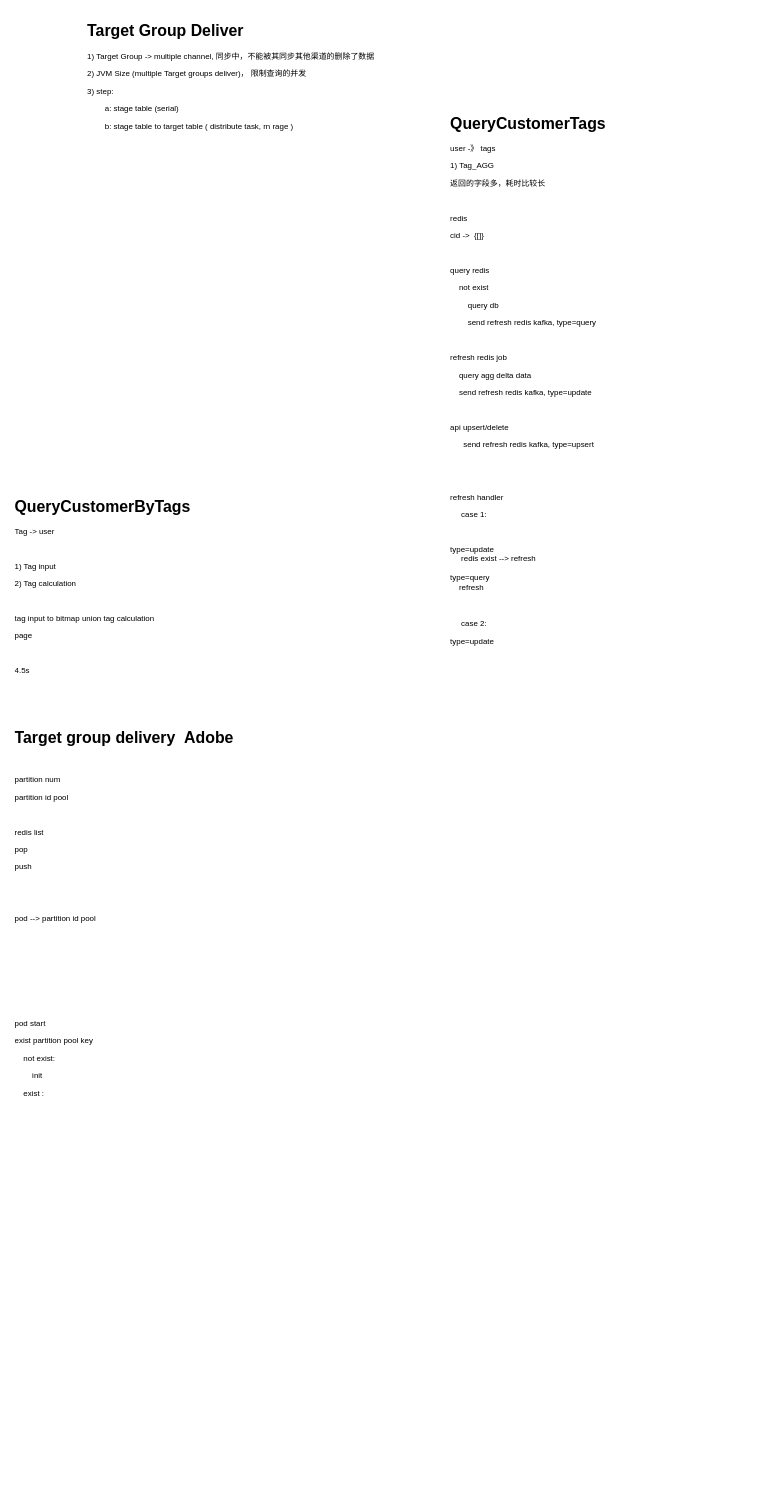
Above: techlab/CDP API performance.drawio in qiufang1314/drawio (draw.io), before the change. Source tidied: cells renumbered, new cells numbered last; positions are measured from the earlier drawing's top-left corner, leaving out a move shared by most shapes. Both pictures are drawn from the tidied source at 66%, with x=0, y=0 at pixel (11, 18).
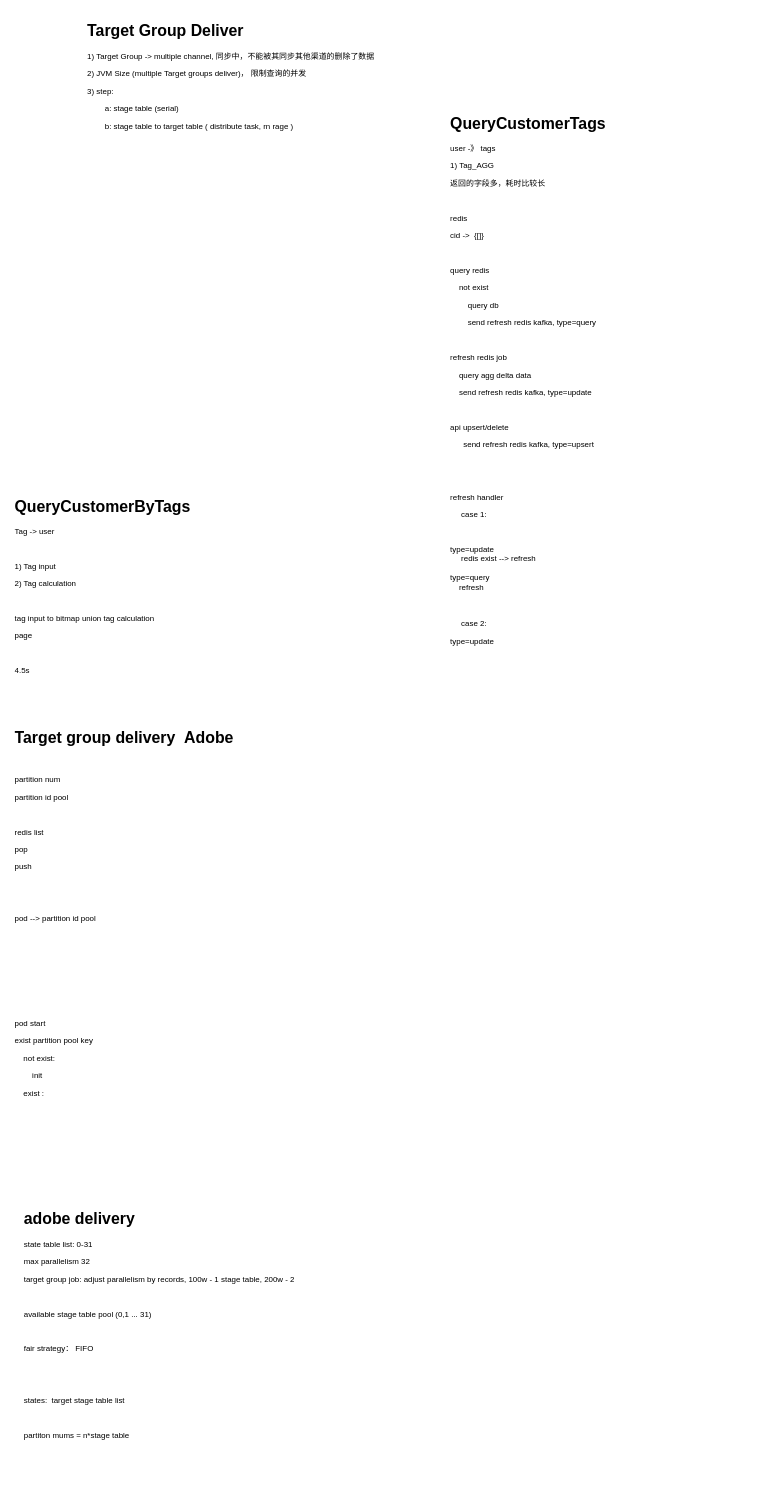
The same diagram, later.

Change to the diagram source:
```diff
@@
 <mxGraphModel>
   <root>
     <mxCell id="0" />
     <mxCell id="1" parent="0" />
     <mxCell id="2" value="&lt;h1&gt;QueryCustomerTags&lt;/h1&gt;&lt;p&gt;user -》 tags&lt;/p&gt;&lt;p&gt;1) Tag_AGG&lt;/p&gt;&lt;p&gt;返回的字段多，耗时比较长&lt;/p&gt;&lt;p&gt;&lt;br&gt;&lt;/p&gt;&lt;p&gt;redis&lt;/p&gt;&lt;p&gt;cid -&amp;gt; &amp;nbsp;{[]}&lt;/p&gt;&lt;p&gt;&lt;br&gt;&lt;/p&gt;&lt;p&gt;query redis&lt;/p&gt;&lt;p&gt;&lt;span style=&quot;&quot;&gt;&lt;span style=&quot;&quot;&gt;&amp;nbsp;&amp;nbsp;&amp;nbsp;&amp;nbsp;&lt;/span&gt;not exist&lt;/span&gt;&lt;br&gt;&lt;/p&gt;&lt;p&gt;&lt;span style=&quot;&quot;&gt;&lt;span style=&quot;&quot;&gt;&lt;span style=&quot;&quot;&gt;&amp;nbsp;&amp;nbsp;&amp;nbsp;&amp;nbsp;&lt;/span&gt;&lt;span style=&quot;&quot;&gt;&lt;span style=&quot;&quot;&gt;&amp;nbsp;&amp;nbsp;&amp;nbsp;&amp;nbsp;&lt;/span&gt;query db&lt;/span&gt;&lt;/span&gt;&lt;br&gt;&lt;/span&gt;&lt;/p&gt;&lt;p&gt;&lt;span style=&quot;&quot;&gt;&lt;span style=&quot;&quot;&gt;&lt;span style=&quot;&quot;&gt;&lt;span style=&quot;&quot;&gt;&lt;span style=&quot;&quot;&gt;&amp;nbsp;&amp;nbsp;&amp;nbsp;&amp;nbsp;&lt;/span&gt;&lt;span style=&quot;&quot;&gt;&lt;span style=&quot;&quot;&gt;&amp;nbsp;&amp;nbsp;&amp;nbsp;&amp;nbsp;&lt;/span&gt;send refresh redis kafka, type=query&lt;/span&gt;&lt;/span&gt;&lt;/span&gt;&lt;/span&gt;&lt;/span&gt;&lt;/p&gt;&lt;p&gt;&lt;br&gt;&lt;/p&gt;&lt;p&gt;refresh redis job&lt;/p&gt;&lt;p&gt;&lt;span style=&quot;&quot;&gt;&lt;span style=&quot;&quot;&gt;&amp;nbsp;&amp;nbsp;&amp;nbsp;&amp;nbsp;&lt;/span&gt;query agg delta data&lt;/span&gt;&lt;br&gt;&lt;/p&gt;&lt;p&gt;&lt;span style=&quot;&quot;&gt;&lt;/span&gt;&lt;span style=&quot;&quot;&gt;&amp;nbsp; &amp;nbsp; send refresh redis kafka, type=update&lt;/span&gt;&lt;/p&gt;&lt;p&gt;&lt;span style=&quot;&quot;&gt;&lt;br&gt;&lt;/span&gt;&lt;/p&gt;&lt;p&gt;api upsert/delete&lt;/p&gt;&lt;p&gt;&amp;nbsp; &amp;nbsp; &amp;nbsp; send refresh redis kafka, type=upsert&lt;br&gt;&lt;/p&gt;&lt;p&gt;&lt;span style=&quot;&quot;&gt;&lt;span style=&quot;&quot;&gt;&lt;br&gt;&lt;/span&gt;&lt;/span&gt;&lt;/p&gt;&lt;p&gt;&lt;span style=&quot;&quot;&gt;&lt;span style=&quot;&quot;&gt;&lt;br&gt;&lt;/span&gt;&lt;/span&gt;&lt;/p&gt;&lt;p&gt;&lt;span style=&quot;&quot;&gt;&lt;span style=&quot;&quot;&gt;refresh handler&lt;/span&gt;&lt;/span&gt;&lt;/p&gt;&lt;p&gt;&lt;span style=&quot;&quot;&gt;&lt;span style=&quot;&quot;&gt;&amp;nbsp; &amp;nbsp; &amp;nbsp;case 1:&lt;/span&gt;&lt;/span&gt;&lt;/p&gt;&lt;p&gt;&lt;span style=&quot;&quot;&gt;&lt;span style=&quot;&quot;&gt;&lt;span style=&quot;&quot;&gt;&lt;span style=&quot;&quot;&gt;&amp;nbsp;&amp;nbsp;&amp;nbsp;&amp;nbsp;&lt;/span&gt;&lt;span style=&quot;&quot;&gt;&lt;span style=&quot;&quot;&gt;&amp;nbsp;&amp;nbsp;&amp;nbsp;&amp;nbsp;&lt;/span&gt;&lt;/span&gt;&lt;/span&gt;&lt;/span&gt;&lt;/span&gt;&lt;/p&gt;type=update&lt;br&gt;&amp;nbsp; &amp;nbsp; &amp;nbsp;redis exist --&amp;gt; refresh&lt;br&gt;&lt;br&gt;type=query&lt;br&gt;&lt;span style=&quot;&quot;&gt;&lt;span style=&quot;&quot;&gt;&amp;nbsp;&amp;nbsp;&amp;nbsp;&amp;nbsp;&lt;/span&gt;refresh&lt;br&gt;&lt;/span&gt;&lt;br&gt;&lt;br&gt;&lt;p&gt;&lt;span style=&quot;&quot;&gt;&lt;span style=&quot;&quot;&gt;&amp;nbsp; &amp;nbsp; &amp;nbsp;case 2: &amp;nbsp; &amp;nbsp;&lt;/span&gt;&lt;br&gt;&lt;/span&gt;&lt;/p&gt;&lt;p&gt;type=update&lt;br&gt;&lt;/p&gt;&lt;p&gt;&lt;br&gt;&lt;/p&gt;&lt;p&gt;&lt;br&gt;&lt;/p&gt;&lt;p&gt;&lt;br&gt;&lt;/p&gt;&lt;p&gt;&lt;br&gt;&lt;/p&gt;" style="text;html=1;strokeColor=none;fillColor=none;spacing=5;spacingTop=-20;whiteSpace=wrap;overflow=hidden;rounded=0;" parent="1" vertex="1">
       <mxGeometry x="660" y="140" width="490" height="840" as="geometry" />
     </mxCell>
     <mxCell id="3" value="&lt;h1&gt;Target Group Deliver&lt;/h1&gt;&lt;p&gt;1) Target Group -&amp;gt; multiple channel, 同步中，不能被其同步其他渠道的删除了数据&lt;/p&gt;&lt;p&gt;2) JVM Size (multiple Target groups deliver)， 限制查询的并发&lt;/p&gt;&lt;p&gt;3) step:&lt;/p&gt;&lt;p&gt;&lt;span style=&quot;white-space: pre;&quot;&gt;&#9;&lt;/span&gt;a: stage table (serial)&lt;/p&gt;&lt;p&gt;&lt;span style=&quot;white-space: pre;&quot;&gt;&#9;b: stage table to target table ( distribute task, rn rage )&lt;/span&gt;&lt;br&gt;&lt;/p&gt;" style="text;html=1;strokeColor=none;fillColor=none;spacing=5;spacingTop=-20;whiteSpace=wrap;overflow=hidden;rounded=0;" parent="1" vertex="1">
       <mxGeometry x="110" width="450" height="220" as="geometry" />
     </mxCell>
     <mxCell id="4" value="&lt;h1&gt;QueryCustomerByTags&lt;/h1&gt;&lt;p&gt;Tag -&amp;gt; user&lt;/p&gt;&lt;p&gt;&lt;br&gt;&lt;/p&gt;&lt;p&gt;1) Tag input&lt;/p&gt;&lt;p&gt;2) Tag calculation&lt;/p&gt;&lt;p&gt;&lt;br&gt;&lt;/p&gt;&lt;p&gt;tag input to bitmap union tag calculation&amp;nbsp;&lt;/p&gt;&lt;p&gt;page&lt;/p&gt;&lt;p&gt;&lt;br&gt;&lt;/p&gt;&lt;p&gt;4.5s&lt;/p&gt;&lt;p&gt;&lt;br&gt;&lt;/p&gt;&lt;p&gt;&lt;br&gt;&lt;/p&gt;&lt;p&gt;&lt;br&gt;&lt;/p&gt;&lt;p&gt;&lt;br&gt;&lt;/p&gt;" style="text;html=1;strokeColor=none;fillColor=none;spacing=5;spacingTop=-20;whiteSpace=wrap;overflow=hidden;rounded=0;" parent="1" vertex="1">
       <mxGeometry y="720" width="440" height="280" as="geometry" />
     </mxCell>
     <mxCell id="5" value="&lt;h1&gt;Target group delivery &amp;nbsp;Adobe&lt;/h1&gt;&lt;p&gt;&lt;br&gt;&lt;/p&gt;&lt;p&gt;partition num&lt;/p&gt;&lt;p&gt;partition id pool&lt;/p&gt;&lt;p&gt;&lt;br&gt;&lt;/p&gt;&lt;p&gt;redis list&lt;/p&gt;&lt;p&gt;pop&lt;/p&gt;&lt;p&gt;push&lt;/p&gt;&lt;p&gt;&lt;br&gt;&lt;/p&gt;&lt;p&gt;&lt;br&gt;&lt;/p&gt;&lt;p&gt;pod --&amp;gt; partition id pool&lt;/p&gt;&lt;p&gt;&lt;br&gt;&lt;/p&gt;&lt;p&gt;&lt;br&gt;&lt;/p&gt;&lt;p&gt;&lt;br&gt;&lt;/p&gt;&lt;p&gt;&lt;br&gt;&lt;/p&gt;&lt;p&gt;&lt;br&gt;&lt;/p&gt;&lt;p&gt;pod start&lt;/p&gt;&lt;p&gt;exist partition pool key&lt;/p&gt;&lt;p&gt;&amp;nbsp; &amp;nbsp; not exist:&lt;/p&gt;&lt;p&gt;&lt;span style=&quot;white-space: pre;&quot;&gt;&#9;init&lt;/span&gt;&lt;br&gt;&lt;/p&gt;&lt;p&gt;&lt;span style=&quot;white-space: pre;&quot;&gt;&amp;nbsp;   exist :&lt;/span&gt;&lt;/p&gt;&lt;p&gt;&lt;br&gt;&lt;/p&gt;&lt;p&gt;&lt;br&gt;&lt;/p&gt;&lt;p&gt;&lt;br&gt;&lt;/p&gt;&lt;p&gt;&lt;br&gt;&lt;/p&gt;&lt;p&gt;&lt;br&gt;&lt;/p&gt;&lt;p&gt;&lt;br&gt;&lt;/p&gt;&lt;p&gt;&lt;br&gt;&lt;/p&gt;&lt;p&gt;&lt;br&gt;&lt;/p&gt;&lt;p&gt;&lt;br&gt;&lt;/p&gt;&lt;p&gt;&lt;br&gt;&lt;/p&gt;&lt;p&gt;&lt;br&gt;&lt;/p&gt;" style="text;html=1;strokeColor=none;fillColor=none;spacing=5;spacingTop=-20;whiteSpace=wrap;overflow=hidden;rounded=0;" parent="1" vertex="1">
       <mxGeometry y="1070" width="400" height="660" as="geometry" />
     </mxCell>
+    <mxCell id="6" value="&lt;h1&gt;adobe delivery&lt;/h1&gt;&lt;p&gt;state table list: 0-31&lt;/p&gt;&lt;p&gt;max parallelism 32&lt;/p&gt;&lt;p&gt;target group job: adjust parallelism by records, 100w - 1 stage table, 200w - 2&lt;/p&gt;&lt;p&gt;&lt;br&gt;&lt;/p&gt;&lt;p&gt;available stage table pool (0,1 ... 31)&amp;nbsp;&lt;/p&gt;&lt;p&gt;&lt;br&gt;&lt;/p&gt;&lt;p&gt;fair strategy： FIFO&lt;/p&gt;&lt;p&gt;&lt;br&gt;&lt;/p&gt;&lt;p&gt;&lt;br&gt;&lt;/p&gt;&lt;p&gt;states: &amp;nbsp;target stage table list&lt;/p&gt;&lt;p&gt;&lt;br&gt;&lt;/p&gt;&lt;p&gt;partiton mums = n*stage table&lt;/p&gt;&lt;p&gt;&lt;br&gt;&lt;/p&gt;&lt;p&gt;&lt;br&gt;&lt;/p&gt;&lt;p&gt;&lt;br&gt;&lt;/p&gt;" style="text;html=1;strokeColor=none;fillColor=none;spacing=5;spacingTop=-20;whiteSpace=wrap;overflow=hidden;rounded=0;" parent="1" vertex="1">
+      <mxGeometry x="14" y="1800" width="450" height="430" as="geometry" />
+    </mxCell>
   </root>
 </mxGraphModel>
```
